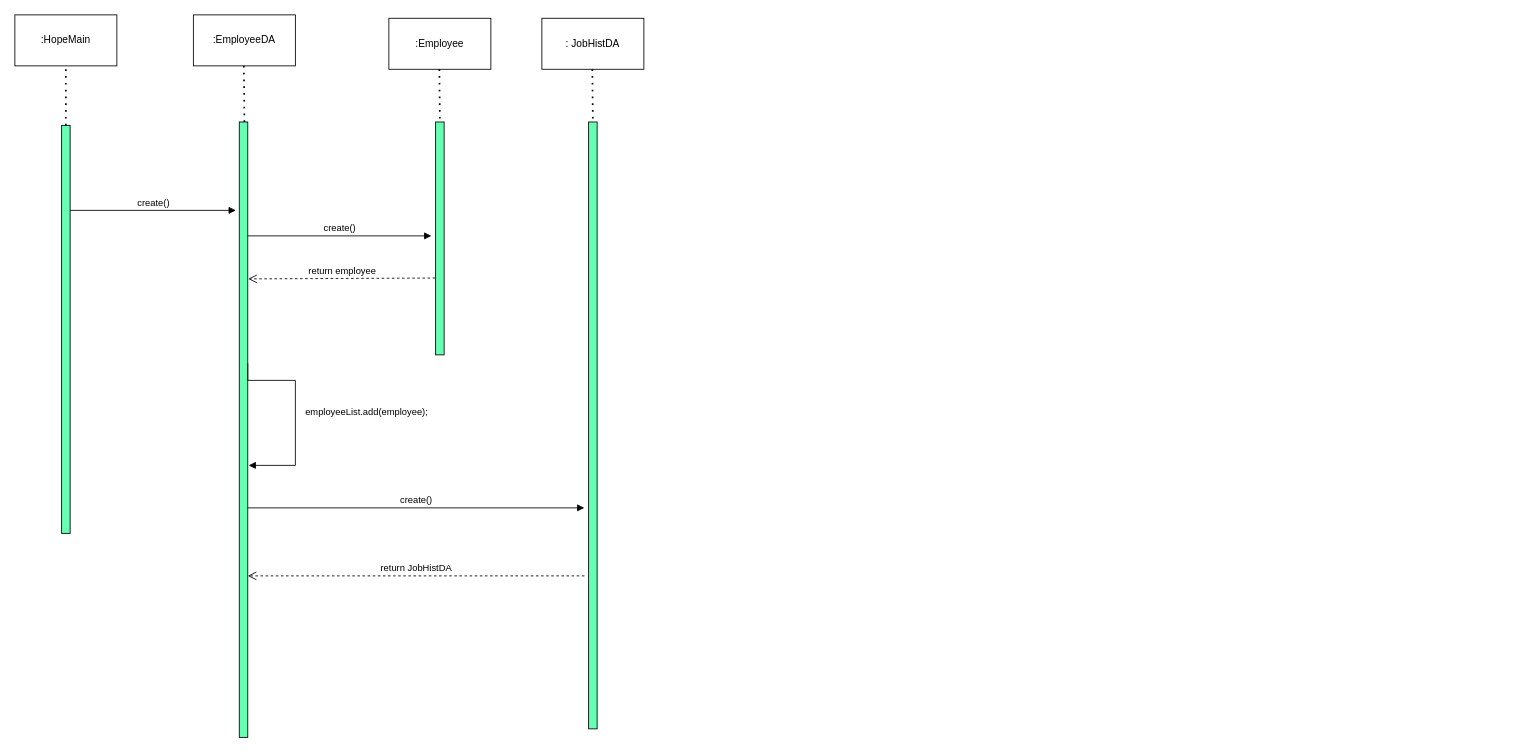
CKGalvan/Quiz-Application keeps this draw.io diagram as Untitled Diagram.drawio. Above is the earlier version. Source tidied: cells renumbered, new cells numbered last; positions are measured from the earlier drawing's top-left corner, leaving out a move shared by most shapes. Both pictures are drawn from the tidied source at 85%, with x=0, y=0 at pixel (14, 14).
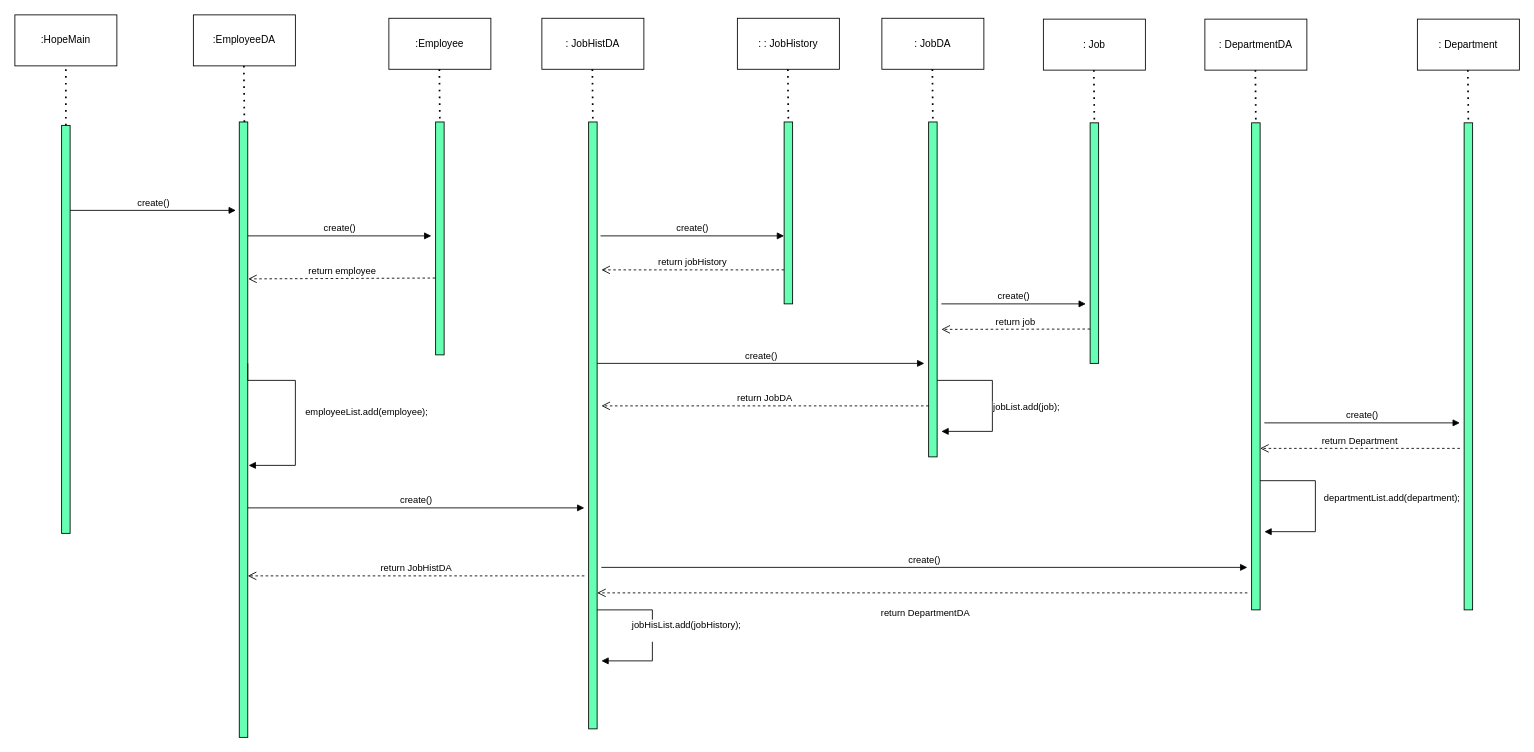
After the change.

Change to the diagram source:
```diff
@@
+    <mxCell id="20" value=": : JobHistory&lt;br/&gt;" style="rounded=0;whiteSpace=wrap;html=1;" parent="1" vertex="1">
+      <mxGeometry x="850" y="4" width="120" height="60" as="geometry" />
+    </mxCell>
+    <mxCell id="21" style="endArrow=none;dashed=1;html=1;dashPattern=1 3;strokeWidth=2;rounded=0;entryX=0.5;entryY=1;entryDx=0;entryDy=0;exitX=0.5;exitY=0;exitDx=0;exitDy=0;" parent="1" edge="1">
+      <mxGeometry relative="1" as="geometry">
+        <mxPoint x="910" y="130" as="sourcePoint" />
+        <mxPoint x="909.4" y="64" as="targetPoint" />
+      </mxGeometry>
+    </mxCell>
+    <mxCell id="22" style="html=1;perimeter=orthogonalPerimeter;fillColor=#66FFB3;" parent="1" vertex="1">
+      <mxGeometry x="905" y="126" width="10" height="214" as="geometry" />
+    </mxCell>
+    <mxCell id="23" value="create()" style="html=1;verticalAlign=bottom;endArrow=block;rounded=0;" parent="1" edge="1">
+      <mxGeometry relative="1" as="geometry">
+        <mxPoint x="689" y="260" as="sourcePoint" />
+        <mxPoint x="905" y="260" as="targetPoint" />
+      </mxGeometry>
+    </mxCell>
+    <mxCell id="24" value="return jobHistory" style="html=1;verticalAlign=bottom;endArrow=open;dashed=1;endSize=8;rounded=0;" parent="1" edge="1">
+      <mxGeometry relative="1" as="geometry">
+        <mxPoint x="905" y="300" as="sourcePoint" />
+        <mxPoint x="690" y="300" as="targetPoint" />
+        <Array as="points">
+          <mxPoint x="865" y="300" />
+        </Array>
+      </mxGeometry>
+    </mxCell>
+    <mxCell id="25" value="&lt;div&gt;jobHisList.add(jobHistory);&lt;/div&gt;&lt;div&gt;&lt;br&gt;&lt;/div&gt;" style="html=1;verticalAlign=bottom;endArrow=block;rounded=0;edgeStyle=orthogonalEdgeStyle;" parent="1" edge="1">
+      <mxGeometry x="0.14" y="40" relative="1" as="geometry">
+        <mxPoint x="685" y="700" as="sourcePoint" />
+        <mxPoint x="690" y="760" as="targetPoint" />
+        <Array as="points">
+          <mxPoint x="750" y="700" />
+          <mxPoint x="750" y="760" />
+        </Array>
+      </mxGeometry>
+    </mxCell>
+    <mxCell id="26" value=": JobDA" style="rounded=0;whiteSpace=wrap;html=1;" parent="1" vertex="1">
+      <mxGeometry x="1020" y="4" width="120" height="60" as="geometry" />
+    </mxCell>
+    <mxCell id="27" style="endArrow=none;dashed=1;html=1;dashPattern=1 3;strokeWidth=2;rounded=0;entryX=0.5;entryY=1;entryDx=0;entryDy=0;exitX=0.5;exitY=0;exitDx=0;exitDy=0;" parent="1" edge="1">
+      <mxGeometry relative="1" as="geometry">
+        <mxPoint x="1080" y="130" as="sourcePoint" />
+        <mxPoint x="1079.4" y="64" as="targetPoint" />
+      </mxGeometry>
+    </mxCell>
+    <mxCell id="28" style="html=1;perimeter=orthogonalPerimeter;fillColor=#66FFB3;" parent="1" vertex="1">
+      <mxGeometry x="1075" y="126" width="10" height="394" as="geometry" />
+    </mxCell>
+    <mxCell id="29" value="create()" style="html=1;verticalAlign=bottom;endArrow=block;rounded=0;" parent="1" edge="1">
+      <mxGeometry relative="1" as="geometry">
+        <mxPoint x="685" y="410" as="sourcePoint" />
+        <mxPoint x="1070" y="410" as="targetPoint" />
+      </mxGeometry>
+    </mxCell>
+    <mxCell id="30" value="return JobDA" style="html=1;verticalAlign=bottom;endArrow=open;dashed=1;endSize=8;rounded=0;" parent="1" edge="1">
+      <mxGeometry relative="1" as="geometry">
+        <mxPoint x="1075" y="460" as="sourcePoint" />
+        <mxPoint x="690" y="460" as="targetPoint" />
+      </mxGeometry>
+    </mxCell>
+    <mxCell id="31" value="&lt;div&gt;jobList.add(job);&lt;br&gt;&lt;/div&gt;" style="html=1;verticalAlign=bottom;endArrow=block;rounded=0;edgeStyle=orthogonalEdgeStyle;" parent="1" edge="1">
+      <mxGeometry x="0.14" y="40" relative="1" as="geometry">
+        <mxPoint x="1085" y="430" as="sourcePoint" />
+        <mxPoint x="1090" y="490" as="targetPoint" />
+        <Array as="points">
+          <mxPoint x="1150" y="430" />
+          <mxPoint x="1150" y="490" />
+        </Array>
+      </mxGeometry>
+    </mxCell>
+    <mxCell id="32" value=": Job&lt;br/&gt;" style="rounded=0;whiteSpace=wrap;html=1;" parent="1" vertex="1">
+      <mxGeometry x="1210" y="5" width="120" height="60" as="geometry" />
+    </mxCell>
+    <mxCell id="33" style="endArrow=none;dashed=1;html=1;dashPattern=1 3;strokeWidth=2;rounded=0;entryX=0.5;entryY=1;entryDx=0;entryDy=0;exitX=0.5;exitY=0;exitDx=0;exitDy=0;" parent="1" edge="1">
+      <mxGeometry relative="1" as="geometry">
+        <mxPoint x="1270" y="131" as="sourcePoint" />
+        <mxPoint x="1269.4" y="65" as="targetPoint" />
+      </mxGeometry>
+    </mxCell>
+    <mxCell id="34" style="html=1;perimeter=orthogonalPerimeter;fillColor=#66FFB3;" parent="1" vertex="1">
+      <mxGeometry x="1265" y="127" width="10" height="283" as="geometry" />
+    </mxCell>
+    <mxCell id="35" value="create()" style="html=1;verticalAlign=bottom;endArrow=block;rounded=0;" parent="1" edge="1">
+      <mxGeometry relative="1" as="geometry">
+        <mxPoint x="1090" y="340" as="sourcePoint" />
+        <mxPoint x="1260" y="340" as="targetPoint" />
+      </mxGeometry>
+    </mxCell>
+    <mxCell id="36" value="return job&lt;br/&gt;" style="html=1;verticalAlign=bottom;endArrow=open;dashed=1;endSize=8;rounded=0;" parent="1" edge="1">
+      <mxGeometry relative="1" as="geometry">
+        <mxPoint x="1265" y="369.6" as="sourcePoint" />
+        <mxPoint x="1090" y="370" as="targetPoint" />
+      </mxGeometry>
+    </mxCell>
+    <mxCell id="37" value=": DepartmentDA" style="rounded=0;whiteSpace=wrap;html=1;" parent="1" vertex="1">
+      <mxGeometry x="1400" y="5" width="120" height="60" as="geometry" />
+    </mxCell>
+    <mxCell id="38" style="endArrow=none;dashed=1;html=1;dashPattern=1 3;strokeWidth=2;rounded=0;entryX=0.5;entryY=1;entryDx=0;entryDy=0;exitX=0.5;exitY=0;exitDx=0;exitDy=0;" parent="1" edge="1">
+      <mxGeometry relative="1" as="geometry">
+        <mxPoint x="1460" y="131" as="sourcePoint" />
+        <mxPoint x="1459.4" y="65" as="targetPoint" />
+      </mxGeometry>
+    </mxCell>
+    <mxCell id="39" style="html=1;perimeter=orthogonalPerimeter;fillColor=#66FFB3;" parent="1" vertex="1">
+      <mxGeometry x="1455" y="127" width="10" height="573" as="geometry" />
+    </mxCell>
+    <mxCell id="40" value="create()" style="html=1;verticalAlign=bottom;endArrow=block;rounded=0;" parent="1" edge="1">
+      <mxGeometry relative="1" as="geometry">
+        <mxPoint x="690" y="650" as="sourcePoint" />
+        <mxPoint x="1450" y="650" as="targetPoint" />
+      </mxGeometry>
+    </mxCell>
+    <mxCell id="41" value="&#10;return DepartmentDA&#10;&#10;" style="html=1;verticalAlign=bottom;endArrow=open;dashed=1;endSize=8;rounded=0;" parent="1" edge="1">
+      <mxGeometry x="-0.01" y="60" relative="1" as="geometry">
+        <mxPoint x="1450" y="680" as="sourcePoint" />
+        <mxPoint x="685" y="680" as="targetPoint" />
+      </mxGeometry>
+    </mxCell>
+    <mxCell id="42" value="&lt;div&gt;&lt;div&gt;departmentList.add(department);&lt;/div&gt;&lt;/div&gt;&lt;div&gt;&lt;br&gt;&lt;/div&gt;" style="html=1;verticalAlign=bottom;endArrow=block;rounded=0;edgeStyle=orthogonalEdgeStyle;" parent="1" edge="1">
+      <mxGeometry x="0.16" y="90" relative="1" as="geometry">
+        <mxPoint x="1465" y="548" as="sourcePoint" />
+        <mxPoint x="1470" y="608" as="targetPoint" />
+        <Array as="points">
+          <mxPoint x="1530" y="548" />
+          <mxPoint x="1530" y="608" />
+        </Array>
+      </mxGeometry>
+    </mxCell>
+    <mxCell id="43" value=": Department&lt;br/&gt;" style="rounded=0;whiteSpace=wrap;html=1;" parent="1" vertex="1">
+      <mxGeometry x="1650" y="5" width="120" height="60" as="geometry" />
+    </mxCell>
+    <mxCell id="44" style="endArrow=none;dashed=1;html=1;dashPattern=1 3;strokeWidth=2;rounded=0;entryX=0.5;entryY=1;entryDx=0;entryDy=0;exitX=0.5;exitY=0;exitDx=0;exitDy=0;" parent="1" edge="1">
+      <mxGeometry relative="1" as="geometry">
+        <mxPoint x="1710" y="131" as="sourcePoint" />
+        <mxPoint x="1709.4" y="65" as="targetPoint" />
+      </mxGeometry>
+    </mxCell>
+    <mxCell id="45" style="html=1;perimeter=orthogonalPerimeter;fillColor=#66FFB3;" parent="1" vertex="1">
+      <mxGeometry x="1705" y="127" width="10" height="573" as="geometry" />
+    </mxCell>
+    <mxCell id="46" value="create()" style="html=1;verticalAlign=bottom;endArrow=block;rounded=0;" parent="1" edge="1">
+      <mxGeometry relative="1" as="geometry">
+        <mxPoint x="1470" y="480" as="sourcePoint" />
+        <mxPoint x="1700" y="480" as="targetPoint" />
+      </mxGeometry>
+    </mxCell>
+    <mxCell id="47" value="return Department" style="html=1;verticalAlign=bottom;endArrow=open;dashed=1;endSize=8;rounded=0;" parent="1" edge="1">
+      <mxGeometry relative="1" as="geometry">
+        <mxPoint x="1700" y="510" as="sourcePoint" />
+        <mxPoint x="1465" y="510" as="targetPoint" />
+      </mxGeometry>
+    </mxCell>
```
